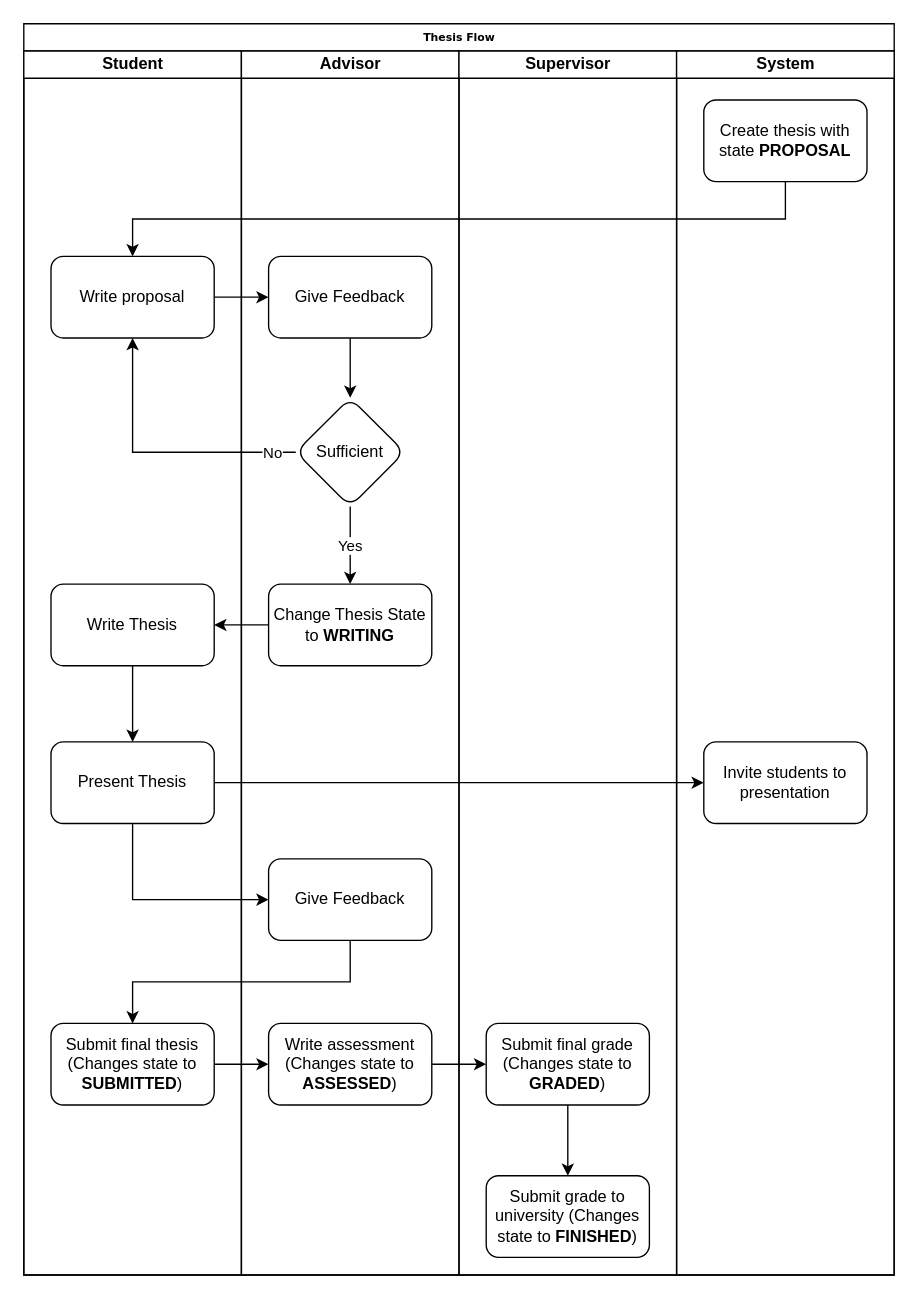
Earlier version of the draw.io diagram thesis-writing-flowchart.drawio (fabian-emilius/bachelor-thesis-charts). Source tidied: cells renumbered, new cells numbered last; positions are measured from the earlier drawing's top-left corner, leaving out a move shared by most shapes. Both pictures are drawn from the tidied source at 136%, with x=0, y=0 at pixel (23, 23).
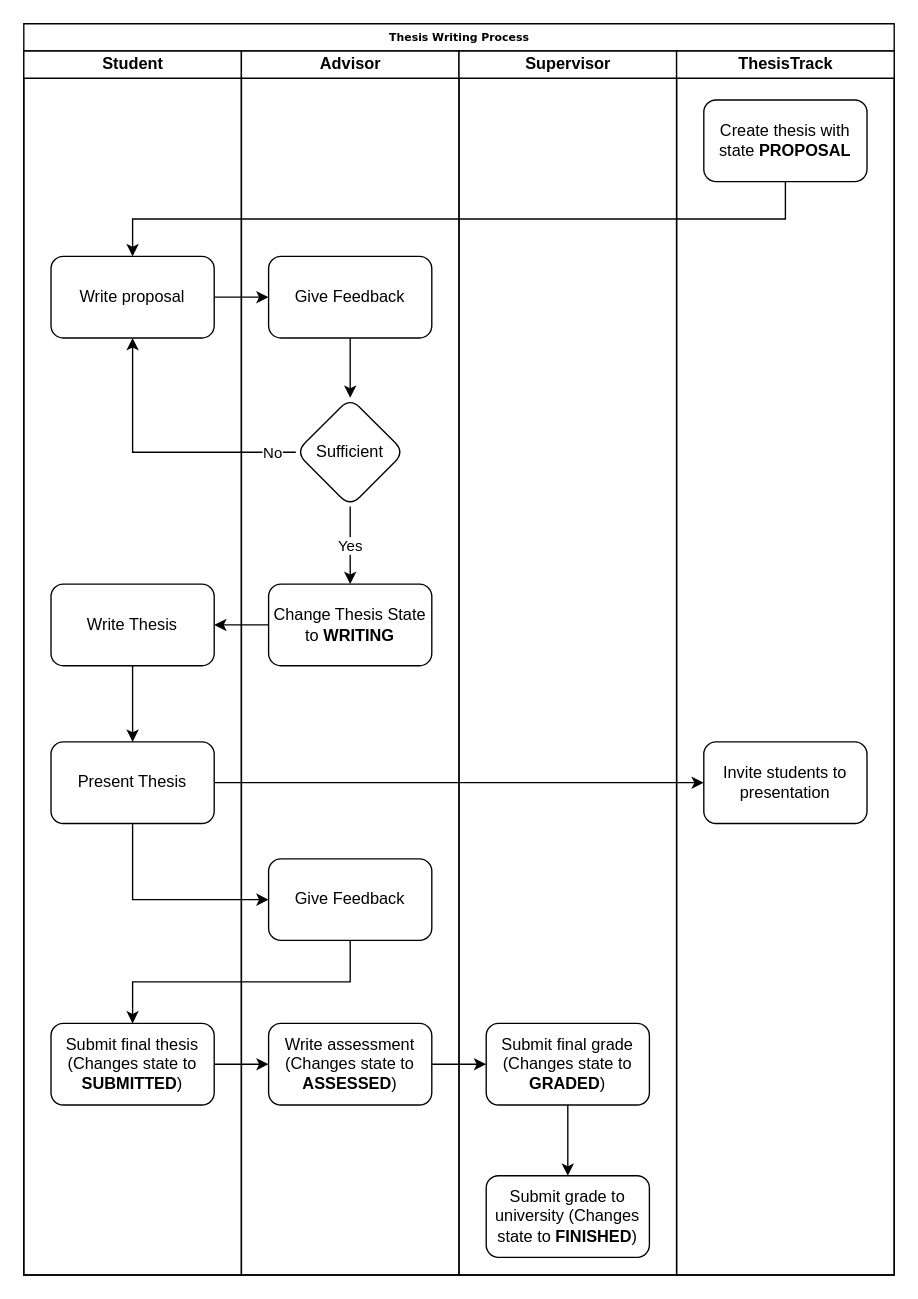
After the change.

What changed in the source:
```diff
@@
-    <mxCell id="2" value="Thesis Flow" style="swimlane;html=1;startSize=20;rounded=0;shadow=0;labelBackgroundColor=none;strokeWidth=1;fontFamily=Verdana;fontSize=8;align=center;" parent="1" vertex="1">
+    <mxCell id="2" value="Thesis Writing Process" style="swimlane;html=1;startSize=20;rounded=0;shadow=0;labelBackgroundColor=none;strokeWidth=1;fontFamily=Verdana;fontSize=8;align=center;" parent="1" vertex="1">
       <mxGeometry width="640" height="920" as="geometry" />
     </mxCell>
@@
-    <mxCell id="21" value="System" style="swimlane;html=1;startSize=20;" parent="2" vertex="1">
+    <mxCell id="21" value="ThesisTrack" style="swimlane;html=1;startSize=20;" parent="2" vertex="1">
       <mxGeometry x="480" y="20" width="160" height="900" as="geometry" />
     </mxCell>
```
